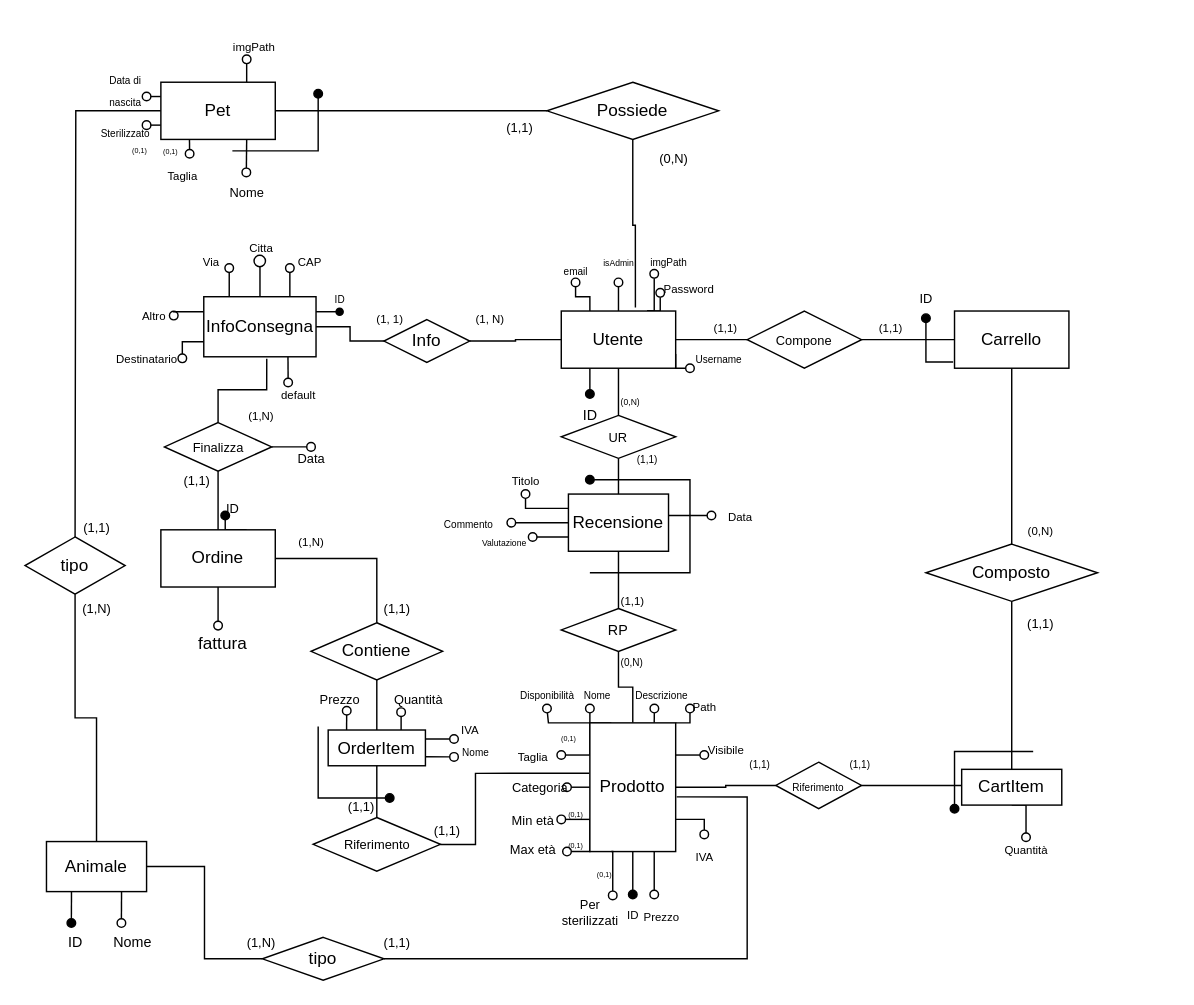
The draw.io diagram Documenti/DrawIo&Images/DarwinShopNormalized.drawio in NumberZeroo/TSW_Proj, before the edit. Source tidied: cells renumbered, new cells numbered last; positions are measured from the earlier drawing's top-left corner, leaving out a move shared by most shapes. Both pictures are drawn from the tidied source at 143%, with x=0, y=0 at pixel (24, 24).
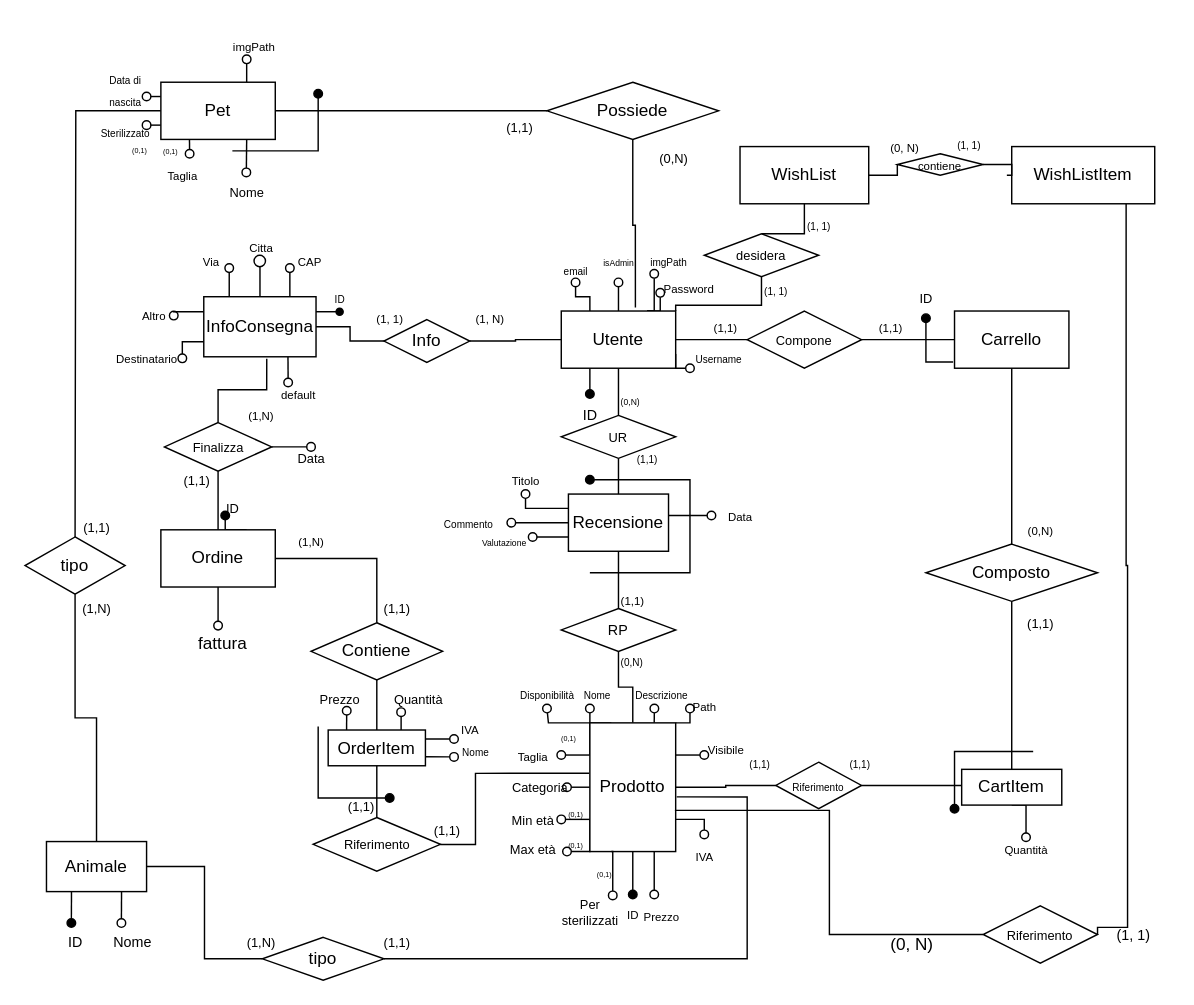
Above is the later version.

Unchanged cells that the change refers to:
```xml
<mxCell id="9" value="Utente" style="whiteSpace=wrap;html=1;align=center;" parent="1" vertex="1">
  <mxGeometry x="375" y="200" width="80" height="40" as="geometry" />
</mxCell>
<mxCell id="40" value="Prodotto" style="whiteSpace=wrap;html=1;align=center;" parent="1" vertex="1">
  <mxGeometry x="395" y="488" width="60" height="90" as="geometry" />
</mxCell>
```

What changed in the source:
```diff
@@
+    <mxCell id="176" style="edgeStyle=orthogonalEdgeStyle;rounded=0;jettySize=auto;html=1;exitX=1;exitY=0;exitDx=0;exitDy=0;entryX=0.5;entryY=1;entryDx=0;entryDy=0;endArrow=none;endFill=0;" parent="1" edge="1" source="9" target="182">
+      <mxGeometry relative="1" as="geometry">
+        <Array as="points">
+          <mxPoint x="455" y="196" />
+          <mxPoint x="515" y="196" />
+        </Array>
+      </mxGeometry>
+    </mxCell>
@@
+    <mxCell id="177" style="edgeStyle=orthogonalEdgeStyle;rounded=0;jettySize=auto;html=1;entryX=0;entryY=0.5;entryDx=0;entryDy=0;endArrow=none;endFill=0;" parent="1" edge="1" source="178" target="185">
+      <mxGeometry relative="1" as="geometry" />
+    </mxCell>
+    <mxCell id="178" value="WishList" style="whiteSpace=wrap;html=1;" parent="1" vertex="1">
+      <mxGeometry x="500" y="85" width="90" height="40" as="geometry" />
+    </mxCell>
+    <mxCell id="179" style="edgeStyle=orthogonalEdgeStyle;rounded=0;jettySize=auto;html=1;endArrow=none;endFill=0;entryX=1;entryY=0.5;entryDx=0;entryDy=0;" parent="1" edge="1" source="180" target="187">
+      <mxGeometry relative="1" as="geometry">
+        <Array as="points">
+          <mxPoint x="770" y="378" />
+          <mxPoint x="771" y="378" />
+          <mxPoint x="771" y="631" />
+          <mxPoint x="750" y="631" />
+        </Array>
+      </mxGeometry>
+    </mxCell>
+    <mxCell id="180" value="&lt;div&gt;WishListItem&lt;/div&gt;" style="whiteSpace=wrap;html=1;" parent="1" vertex="1">
+      <mxGeometry x="690" y="85" width="100" height="40" as="geometry" />
+    </mxCell>
+    <mxCell id="181" style="edgeStyle=orthogonalEdgeStyle;rounded=0;jettySize=auto;html=1;exitX=0.5;exitY=0;exitDx=0;exitDy=0;entryX=0.5;entryY=1;entryDx=0;entryDy=0;endArrow=none;endFill=0;" parent="1" edge="1" source="182" target="178">
+      <mxGeometry relative="1" as="geometry" />
+    </mxCell>
+    <mxCell id="182" value="&lt;font style=&quot;font-size: 9px;&quot;&gt;desidera&lt;/font&gt;" style="rhombus;whiteSpace=wrap;html=1;" parent="1" vertex="1">
+      <mxGeometry x="475" y="146" width="80" height="30" as="geometry" />
+    </mxCell>
+    <mxCell id="183" value="&lt;font style=&quot;font-size: 7px;&quot;&gt;(1, 1)&lt;br&gt;&lt;/font&gt;" style="text;html=1;align=center;verticalAlign=middle;strokeColor=none;fillColor=none;" parent="1" vertex="1">
+      <mxGeometry x="505" y="170" width="40" height="30" as="geometry" />
+    </mxCell>
+    <mxCell id="184" value="&lt;font style=&quot;font-size: 7px;&quot;&gt;(1, 1)&lt;br&gt;&lt;/font&gt;" style="text;html=1;align=center;verticalAlign=middle;strokeColor=none;fillColor=none;" parent="1" vertex="1">
+      <mxGeometry x="535" y="125" width="40" height="30" as="geometry" />
+    </mxCell>
+    <mxCell id="185" value="&lt;font style=&quot;font-size: 8px;&quot;&gt;contiene&lt;/font&gt;" style="rhombus;whiteSpace=wrap;html=1;" parent="1" vertex="1">
+      <mxGeometry x="610" y="90" width="60" height="15" as="geometry" />
+    </mxCell>
+    <mxCell id="186" style="edgeStyle=orthogonalEdgeStyle;rounded=0;jettySize=auto;html=1;entryX=-0.034;entryY=0.5;entryDx=0;entryDy=0;entryPerimeter=0;endArrow=none;endFill=0;" parent="1" edge="1" source="185" target="180">
+      <mxGeometry relative="1" as="geometry" />
+    </mxCell>
+    <mxCell id="187" value="&lt;font style=&quot;font-size: 9px;&quot;&gt;Riferimento&lt;/font&gt;" style="rhombus;whiteSpace=wrap;html=1;" parent="1" vertex="1">
+      <mxGeometry x="670" y="616" width="80" height="40" as="geometry" />
+    </mxCell>
+    <mxCell id="188" style="edgeStyle=orthogonalEdgeStyle;rounded=0;jettySize=auto;html=1;entryX=0.991;entryY=0.68;entryDx=0;entryDy=0;entryPerimeter=0;endArrow=none;endFill=0;" parent="1" edge="1" source="187" target="40">
+      <mxGeometry relative="1" as="geometry" />
+    </mxCell>
+    <mxCell id="189" value="&lt;font style=&quot;font-size: 8px;&quot;&gt;(0, N)&lt;/font&gt;" style="text;html=1;align=center;verticalAlign=middle;strokeColor=none;fillColor=none;" parent="1" vertex="1">
+      <mxGeometry x="595" y="70" width="40" height="30" as="geometry" />
+    </mxCell>
+    <mxCell id="190" value="&lt;font style=&quot;font-size: 7px;&quot;&gt;(1, 1)&lt;br&gt;&lt;/font&gt;" style="text;html=1;align=center;verticalAlign=middle;strokeColor=none;fillColor=none;" parent="1" vertex="1">
+      <mxGeometry x="640" y="68" width="40" height="30" as="geometry" />
+    </mxCell>
+    <mxCell id="191" value="(0, N)" style="text;html=1;align=center;verticalAlign=middle;strokeColor=none;fillColor=none;" parent="1" vertex="1">
+      <mxGeometry x="595" y="628" width="50" height="30" as="geometry" />
+    </mxCell>
+    <mxCell id="192" value="&lt;font style=&quot;font-size: 10px;&quot;&gt;(1, 1)&lt;br&gt;&lt;/font&gt;" style="text;html=1;align=center;verticalAlign=middle;strokeColor=none;fillColor=none;" parent="1" vertex="1">
+      <mxGeometry x="750" y="621" width="50" height="30" as="geometry" />
+    </mxCell>
```
